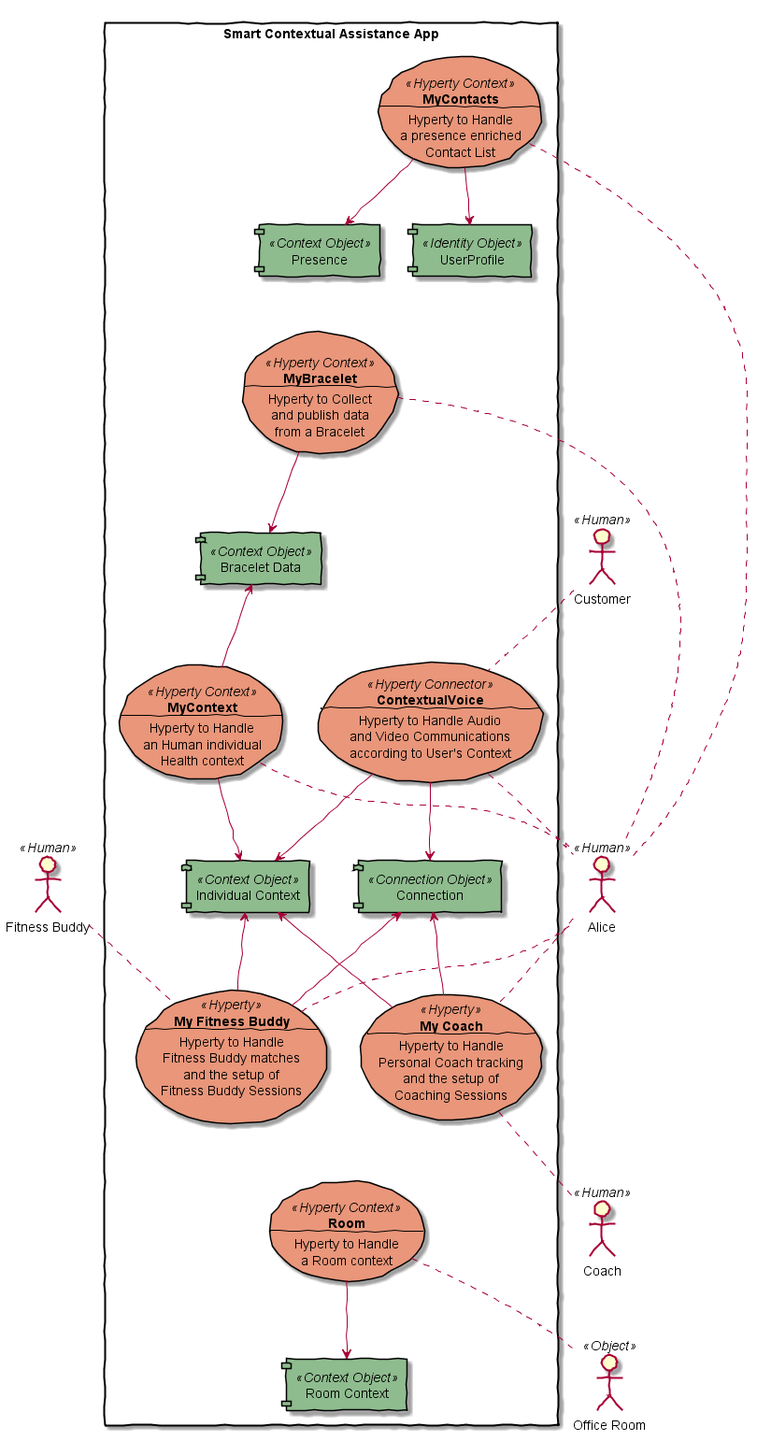
This is docs/scenarios/smart-contextual-assistance/smart-contextual-assistance-hyperties.png from reTHINK-project/scenario-service-implementation, a PlantUML export, as it was before one commit.
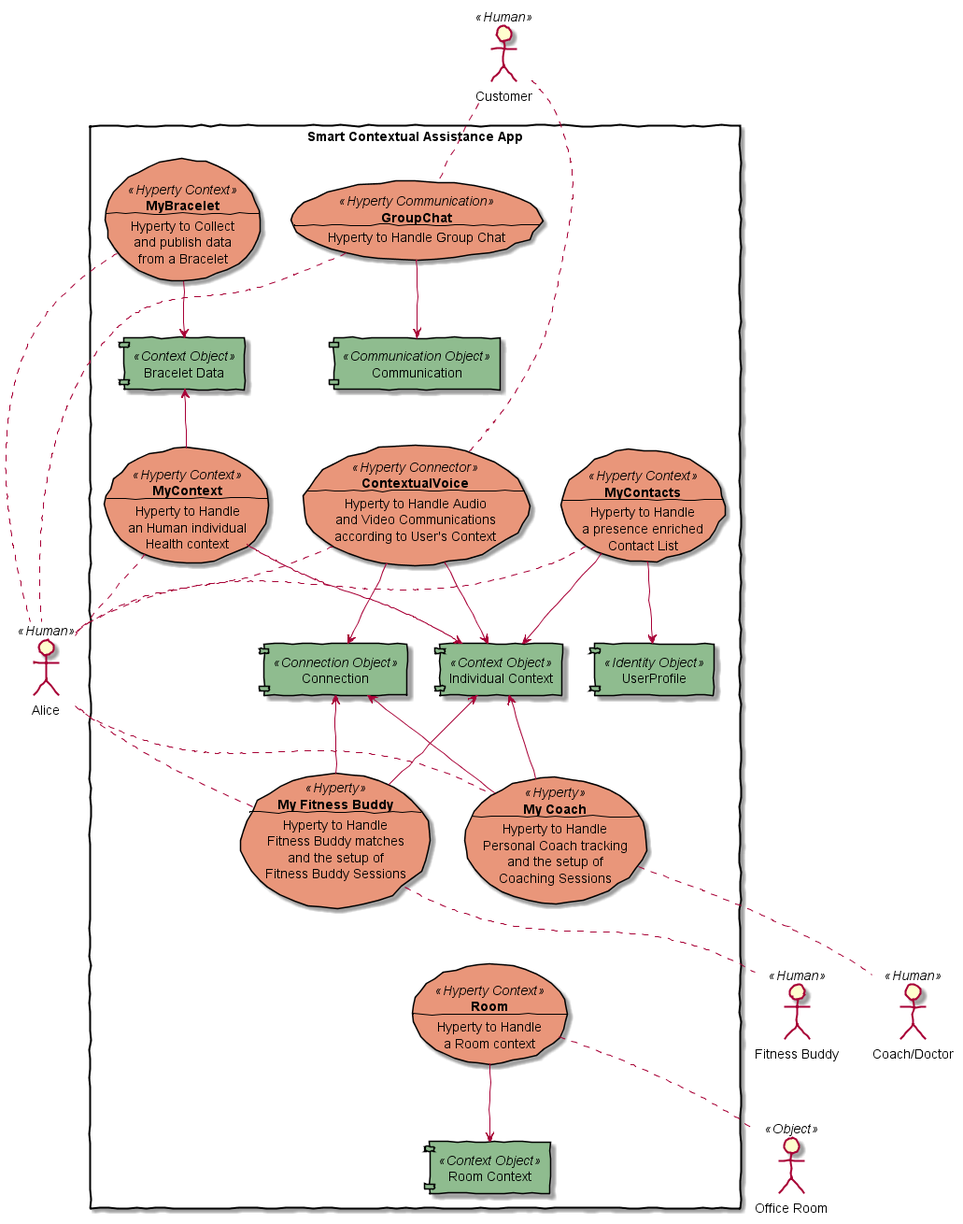
Above is the later version.

Commit message:
smart contextual assistance completed and cleaned up

What changed in the source:
```diff
@@ -23,6 +23,27 @@
 
 rectangle "Smart Contextual Assistance App" {
 
+usecase myBraH <<Hyperty Context>> as "**MyBracelet**
+--
+Hyperty to Collect
+and publish data
+from a Bracelet"
+
+component "Bracelet Data" <<Context Object>> as myBraObj
+
+myBraH -down-> myBraObj
+
+usecase myCtxtH <<Hyperty Context>> as "**MyContext**
+--
+Hyperty to Handle
+an Human individual
+Health context"
+
+component "Individual Context" <<Context Object>> as myCtxtObj
+
+myCtxtH -up-> myBraObj
+
+myCtxtH -down-> myCtxtObj
 
   usecase contactsH <<Hyperty Context>> as "**MyContacts**
   --
@@ -32,35 +53,9 @@
 
 	component UserProfile <<Identity Object>> as idObj
 
-	component "Presence" <<Context Object>> as presObj
-
 	contactsH -down-> idObj
 
-	contactsH -down-> presObj
-
-	usecase myBraH <<Hyperty Context>> as "**MyBracelet**
-  --
-  Hyperty to Collect
-	and publish data
-	from a Bracelet"
-
-	component "Bracelet Data" <<Context Object>> as myBraObj
-
-	myBraH -down-> myBraObj
-
-	myBraH -[hidden]up- presObj
-
-	usecase myCtxtH <<Hyperty Context>> as "**MyContext**
-  --
-  Hyperty to Handle
-  an Human individual
-	Health context"
-
-	component "Individual Context" <<Context Object>> as myCtxtObj
-
-	myCtxtH -up-> myBraObj
-
-	myCtxtH -down-> myCtxtObj
+	contactsH -down-> myCtxtObj
 
 	usecase voiceH <<Hyperty Connector>> as "**ContextualVoice**
   --
@@ -73,6 +68,14 @@
 	voiceH -down-> comObj
 
 	voiceH -down-> myCtxtObj
+
+	usecase chatH <<Hyperty Communication>> as "**GroupChat**
+  --
+  Hyperty to Handle Group Chat"
+
+	component Communication <<Communication Object>> as commObj
+
+	chatH -down-> commObj
 
 	usecase myWorkoutBuddyH <<Hyperty>> as "**My Fitness Buddy**
   --
@@ -110,17 +113,19 @@
 }
 
 actor Buddy <<Human>> as "Fitness Buddy"
-actor Coach <<Human>> as "Coach"
+actor Coach <<Human>> as "Coach/Doctor"
 
 Alice .left- voiceH
 Customer .right- voiceH
+Customer .right- chatH
+Alice .left- chatH
 Alice .left- contactsH
 Alice .left- myCtxtH
 Alice .left- myBraH
 Alice .left- myWorkoutBuddyH
-myWorkoutBuddyH .left- Buddy
+myWorkoutBuddyH .. Buddy
 Alice . myCoachH
-myCoachH .right. Coach
+myCoachH .. Coach
 Office .left- roomH
 
 @enduml
```
